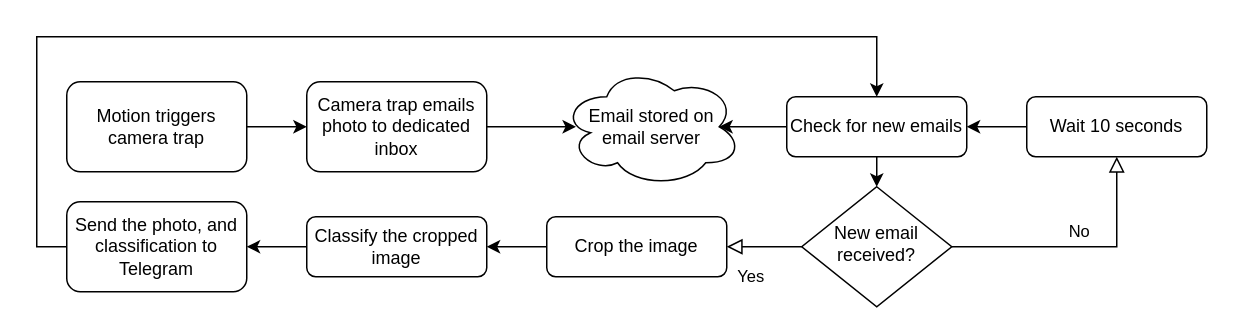
This is assets/alert_flow_chart.drawio from ratsakatika/camera-traps, a draw.io file, before an edit. Source tidied: cells renumbered, new cells numbered last; positions are measured from the earlier drawing's top-left corner, leaving out a move shared by most shapes. Both pictures are drawn from the tidied source at 150%, with x=0, y=0 at pixel (36, 36).
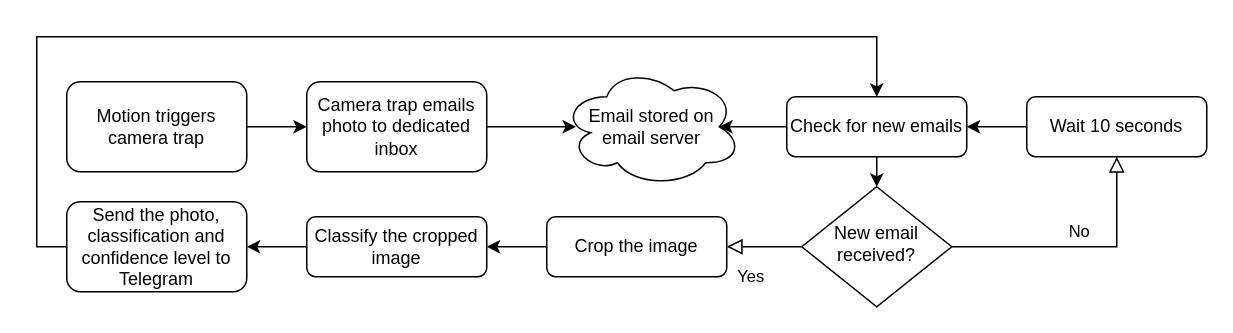
Above is the later version.

Change to the diagram source:
```diff
@@
-    <mxCell id="9" value="Send the photo, and classification to Telegram" style="rounded=1;whiteSpace=wrap;html=1;fontSize=12;glass=0;strokeWidth=1;shadow=0;" parent="1" vertex="1">
+    <mxCell id="9" value="Send the photo, classification and confidence level to Telegram" style="rounded=1;whiteSpace=wrap;html=1;fontSize=12;glass=0;strokeWidth=1;shadow=0;" parent="1" vertex="1">
       <mxGeometry x="20" y="110" width="120" height="60" as="geometry" />
     </mxCell>
```
